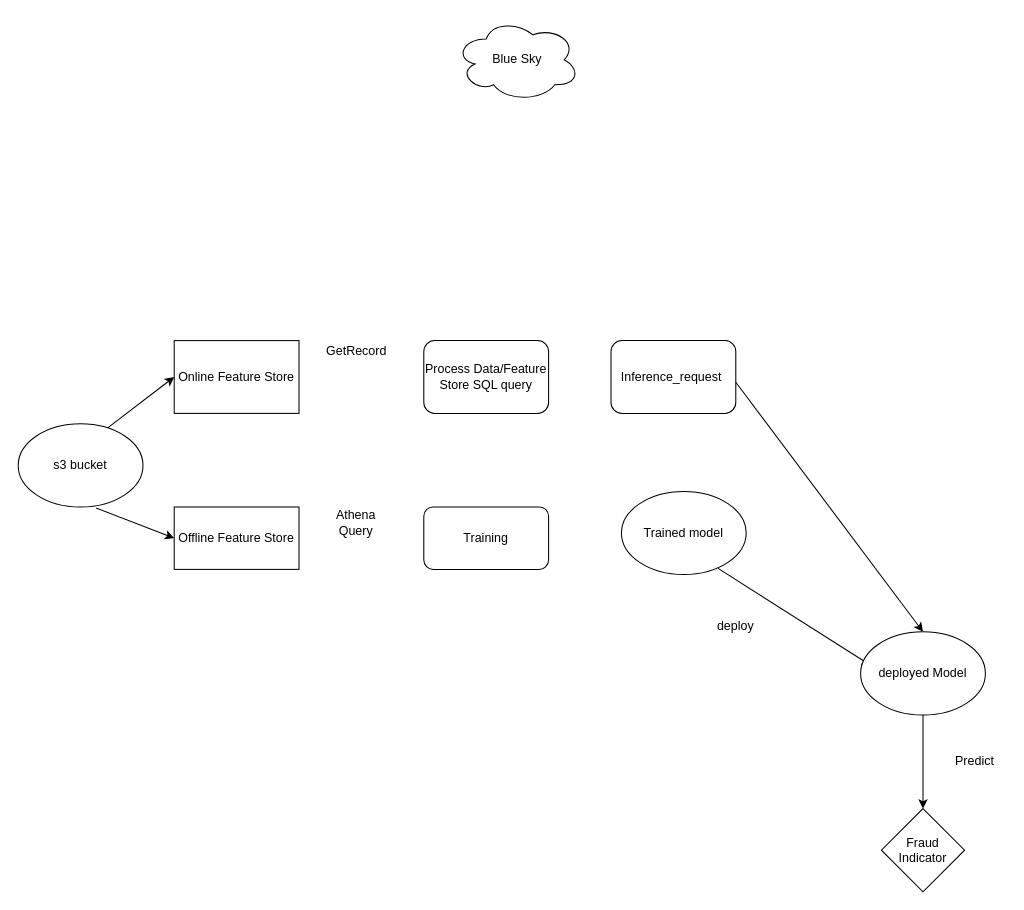
Before: featurestore/featurestore.drawio in yimingli92/clouddigrams, a draw.io diagram. Source tidied: cells renumbered, new cells numbered last; positions are measured from the earlier drawing's top-left corner, leaving out a move shared by most shapes. Both pictures are drawn from the tidied source at 104%, with x=0, y=0 at pixel (18, 18).
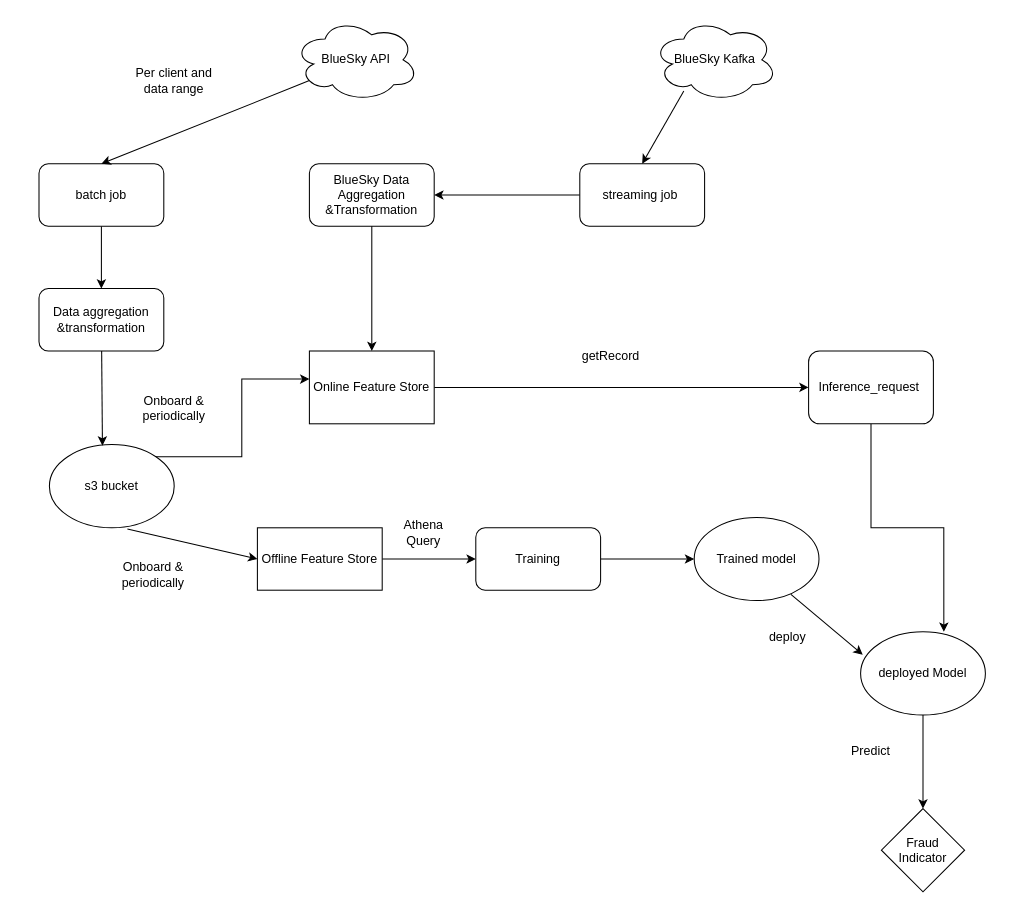
Above is the later version.

The change refers to these unchanged cells:
```xml
<mxCell id="16" value="deployed Model" style="ellipse;whiteSpace=wrap;html=1;" parent="1" vertex="1">
  <mxGeometry x="810" y="590" width="120" height="80" as="geometry" />
</mxCell>
```

Change to the diagram source:
```diff
@@
+    <mxCell id="5" style="edgeStyle=orthogonalEdgeStyle;rounded=0;jettySize=auto;html=1;exitX=1;exitY=0;exitDx=0;exitDy=0;entryX=0;entryY=0.386;entryDx=0;entryDy=0;entryPerimeter=0;" parent="1" edge="1" source="2" target="3">
+      <mxGeometry relative="1" as="geometry" />
+    </mxCell>
     <mxCell id="2" value="s3 bucket" style="ellipse;whiteSpace=wrap;html=1;" parent="1" vertex="1">
-      <mxGeometry y="390" width="120" height="80" as="geometry" />
+      <mxGeometry x="30" y="410" width="120" height="80" as="geometry" />
     </mxCell>
+    <mxCell id="21" style="edgeStyle=orthogonalEdgeStyle;rounded=0;jettySize=auto;html=1;entryX=0;entryY=0.5;entryDx=0;entryDy=0;" parent="1" edge="1" source="3" target="9">
+      <mxGeometry relative="1" as="geometry" />
+    </mxCell>
     <mxCell id="3" value="Online Feature Store" style="rounded=0;whiteSpace=wrap;html=1;" parent="1" vertex="1">
-      <mxGeometry x="150" y="310" width="120" height="70" as="geometry" />
+      <mxGeometry x="280" y="320" width="120" height="70" as="geometry" />
     </mxCell>
+    <mxCell id="22" style="edgeStyle=orthogonalEdgeStyle;rounded=0;jettySize=auto;html=1;" parent="1" edge="1" source="4" target="12">
+      <mxGeometry relative="1" as="geometry" />
+    </mxCell>
     <mxCell id="4" value="Offline Feature Store" style="rounded=0;whiteSpace=wrap;html=1;" parent="1" vertex="1">
-      <mxGeometry x="150" y="470" width="120" height="60" as="geometry" />
+      <mxGeometry x="230" y="490" width="120" height="60" as="geometry" />
     </mxCell>
-    <mxCell id="5" style="endArrow=classic;html=1;rounded=0;entryX=0;entryY=0.5;entryDx=0;entryDy=0;exitX=0.717;exitY=0.05;exitDx=0;exitDy=0;exitPerimeter=0;" parent="1" edge="1" source="2" target="3">
-      <mxGeometry relative="1" as="geometry" />
-    </mxCell>
@@
-    <mxCell id="7" value="Process Data/Feature Store SQL query" style="rounded=1;whiteSpace=wrap;html=1;" parent="1" vertex="1">
-      <mxGeometry x="390" y="310" width="120" height="70" as="geometry" />
-    </mxCell>
-    <mxCell id="8" value="GetRecord" style="text;html=1;align=center;verticalAlign=middle;strokeColor=none;fillColor=none;" parent="1" vertex="1">
-      <mxGeometry x="290" y="310" width="70" height="20" as="geometry" />
-    </mxCell>
+    <mxCell id="23" style="edgeStyle=orthogonalEdgeStyle;rounded=0;jettySize=auto;html=1;entryX=0.667;entryY=0;entryDx=0;entryDy=0;entryPerimeter=0;" parent="1" edge="1" source="9" target="16">
+      <mxGeometry relative="1" as="geometry" />
+    </mxCell>
     <mxCell id="9" value="Inference_request&amp;nbsp;" style="rounded=1;whiteSpace=wrap;html=1;" parent="1" vertex="1">
-      <mxGeometry x="570" y="310" width="120" height="70" as="geometry" />
+      <mxGeometry x="760" y="320" width="120" height="70" as="geometry" />
     </mxCell>
-    <mxCell id="10" style="endArrow=classic;html=1;rounded=0;entryX=0.5;entryY=0;entryDx=0;entryDy=0;" parent="1" edge="1">
-      <mxGeometry relative="1" as="geometry">
-        <mxPoint x="690" y="350" as="sourcePoint" />
-        <mxPoint x="870" y="590" as="targetPoint" />
-      </mxGeometry>
-    </mxCell>
     <mxCell id="11" value="Athena Query" style="text;html=1;strokeColor=none;fillColor=none;align=center;verticalAlign=middle;whiteSpace=wrap;rounded=0;" parent="1" vertex="1">
-      <mxGeometry x="295" y="470" width="60" height="30" as="geometry" />
+      <mxGeometry x="360" y="480" width="60" height="30" as="geometry" />
     </mxCell>
+    <mxCell id="24" style="edgeStyle=orthogonalEdgeStyle;rounded=0;jettySize=auto;html=1;" parent="1" edge="1" source="12" target="13">
+      <mxGeometry relative="1" as="geometry" />
+    </mxCell>
     <mxCell id="12" value="Training" style="rounded=1;whiteSpace=wrap;html=1;" parent="1" vertex="1">
-      <mxGeometry x="390" y="470" width="120" height="60" as="geometry" />
+      <mxGeometry x="440" y="490" width="120" height="60" as="geometry" />
     </mxCell>
     <mxCell id="13" value="Trained model" style="ellipse;whiteSpace=wrap;html=1;" parent="1" vertex="1">
-      <mxGeometry x="580" y="455" width="120" height="80" as="geometry" />
+      <mxGeometry x="650" y="480" width="120" height="80" as="geometry" />
     </mxCell>
-    <mxCell id="14" style="endArrow=classic;html=1;rounded=0;entryX=0;entryY=0.25;entryDx=0;entryDy=0;exitX=0.775;exitY=0.925;exitDx=0;exitDy=0;exitPerimeter=0;" parent="1" edge="1" source="13">
-      <mxGeometry relative="1" as="geometry">
-        <mxPoint x="820" y="622.5" as="targetPoint" />
-      </mxGeometry>
+    <mxCell id="14" style="endArrow=classic;html=1;rounded=0;entryX=0.017;entryY=0.275;entryDx=0;entryDy=0;exitX=0.775;exitY=0.925;exitDx=0;exitDy=0;exitPerimeter=0;entryPerimeter=0;" parent="1" edge="1" source="13" target="16">
+      <mxGeometry relative="1" as="geometry" />
     </mxCell>
     <mxCell id="15" value="deploy" style="text;html=1;strokeColor=none;fillColor=none;align=center;verticalAlign=middle;whiteSpace=wrap;rounded=0;" parent="1" vertex="1">
-      <mxGeometry x="660" y="570" width="60" height="30" as="geometry" />
+      <mxGeometry x="710" y="580" width="60" height="30" as="geometry" />
     </mxCell>
@@
     <mxCell id="19" value="Predict" style="text;html=1;strokeColor=none;fillColor=none;align=center;verticalAlign=middle;whiteSpace=wrap;rounded=0;" parent="1" vertex="1">
-      <mxGeometry x="890" y="700" width="60" height="30" as="geometry" />
+      <mxGeometry x="790" y="690" width="60" height="30" as="geometry" />
     </mxCell>
-    <mxCell id="20" value="Blue Sky" style="ellipse;shape=cloud;whiteSpace=wrap;html=1;" parent="1" vertex="1">
-      <mxGeometry x="420" width="120" height="80" as="geometry" />
+    <mxCell id="20" value="BlueSky Kafka" style="ellipse;shape=cloud;whiteSpace=wrap;html=1;" parent="1" vertex="1">
+      <mxGeometry x="610" width="120" height="80" as="geometry" />
     </mxCell>
+    <mxCell id="25" style="edgeStyle=orthogonalEdgeStyle;rounded=0;jettySize=auto;html=1;" parent="1" edge="1" source="26" target="28">
+      <mxGeometry relative="1" as="geometry" />
+    </mxCell>
+    <mxCell id="26" value="streaming job&amp;nbsp;" style="rounded=1;whiteSpace=wrap;html=1;" parent="1" vertex="1">
+      <mxGeometry x="540" y="140" width="120" height="60" as="geometry" />
+    </mxCell>
+    <mxCell id="27" style="endArrow=classic;html=1;rounded=0;entryX=0.5;entryY=0;entryDx=0;entryDy=0;exitX=0.25;exitY=0.875;exitDx=0;exitDy=0;exitPerimeter=0;" parent="1" edge="1" source="20" target="26">
+      <mxGeometry relative="1" as="geometry" />
+    </mxCell>
+    <mxCell id="28" value="BlueSky Data Aggregation &amp;amp;Transformation" style="rounded=1;whiteSpace=wrap;html=1;" parent="1" vertex="1">
+      <mxGeometry x="280" y="140" width="120" height="60" as="geometry" />
+    </mxCell>
+    <mxCell id="29" style="endArrow=classic;html=1;rounded=0;entryX=0.5;entryY=0;entryDx=0;entryDy=0;exitX=0.5;exitY=1;exitDx=0;exitDy=0;" parent="1" edge="1" source="28" target="3">
+      <mxGeometry relative="1" as="geometry" />
+    </mxCell>
+    <mxCell id="30" style="edgeStyle=orthogonalEdgeStyle;rounded=0;jettySize=auto;html=1;exitX=0.5;exitY=1;exitDx=0;exitDy=0;entryX=0.5;entryY=0;entryDx=0;entryDy=0;" parent="1" edge="1" source="31" target="38">
+      <mxGeometry relative="1" as="geometry" />
+    </mxCell>
+    <mxCell id="31" value="batch job" style="rounded=1;whiteSpace=wrap;html=1;" parent="1" vertex="1">
+      <mxGeometry x="20" y="140" width="120" height="60" as="geometry" />
+    </mxCell>
+    <mxCell id="32" value="BlueSky API" style="ellipse;shape=cloud;whiteSpace=wrap;html=1;" parent="1" vertex="1">
+      <mxGeometry x="265" width="120" height="80" as="geometry" />
+    </mxCell>
+    <mxCell id="33" style="endArrow=classic;html=1;rounded=0;entryX=0.425;entryY=0.013;entryDx=0;entryDy=0;entryPerimeter=0;startArrow=none;" parent="1" edge="1" source="38" target="2">
+      <mxGeometry relative="1" as="geometry" />
+    </mxCell>
+    <mxCell id="34" style="endArrow=classic;html=1;rounded=0;entryX=0.5;entryY=0;entryDx=0;entryDy=0;" parent="1" edge="1" target="31">
+      <mxGeometry relative="1" as="geometry">
+        <mxPoint x="280" y="60" as="sourcePoint" />
+      </mxGeometry>
+    </mxCell>
+    <mxCell id="35" value="getRecord" style="text;html=1;strokeColor=none;fillColor=none;align=center;verticalAlign=middle;whiteSpace=wrap;rounded=0;" parent="1" vertex="1">
+      <mxGeometry x="540" y="310" width="60" height="30" as="geometry" />
+    </mxCell>
+    <mxCell id="36" value="Onboard &amp;amp; periodically" style="text;html=1;strokeColor=none;fillColor=none;align=center;verticalAlign=middle;whiteSpace=wrap;rounded=0;" parent="1" vertex="1">
+      <mxGeometry x="120" y="360" width="60" height="30" as="geometry" />
+    </mxCell>
+    <mxCell id="37" value="Onboard &amp;amp; periodically" style="text;html=1;strokeColor=none;fillColor=none;align=center;verticalAlign=middle;whiteSpace=wrap;rounded=0;" parent="1" vertex="1">
+      <mxGeometry x="100" y="520" width="60" height="30" as="geometry" />
+    </mxCell>
+    <mxCell id="38" value="Data aggregation &amp;amp;transformation" style="rounded=1;whiteSpace=wrap;html=1;" parent="1" vertex="1">
+      <mxGeometry x="20" y="260" width="120" height="60" as="geometry" />
+    </mxCell>
+    <mxCell id="39" value="Per client and data range" style="text;html=1;strokeColor=none;fillColor=none;align=center;verticalAlign=middle;whiteSpace=wrap;rounded=0;" parent="1" vertex="1">
+      <mxGeometry x="105" y="40" width="90" height="40" as="geometry" />
+    </mxCell>
```
